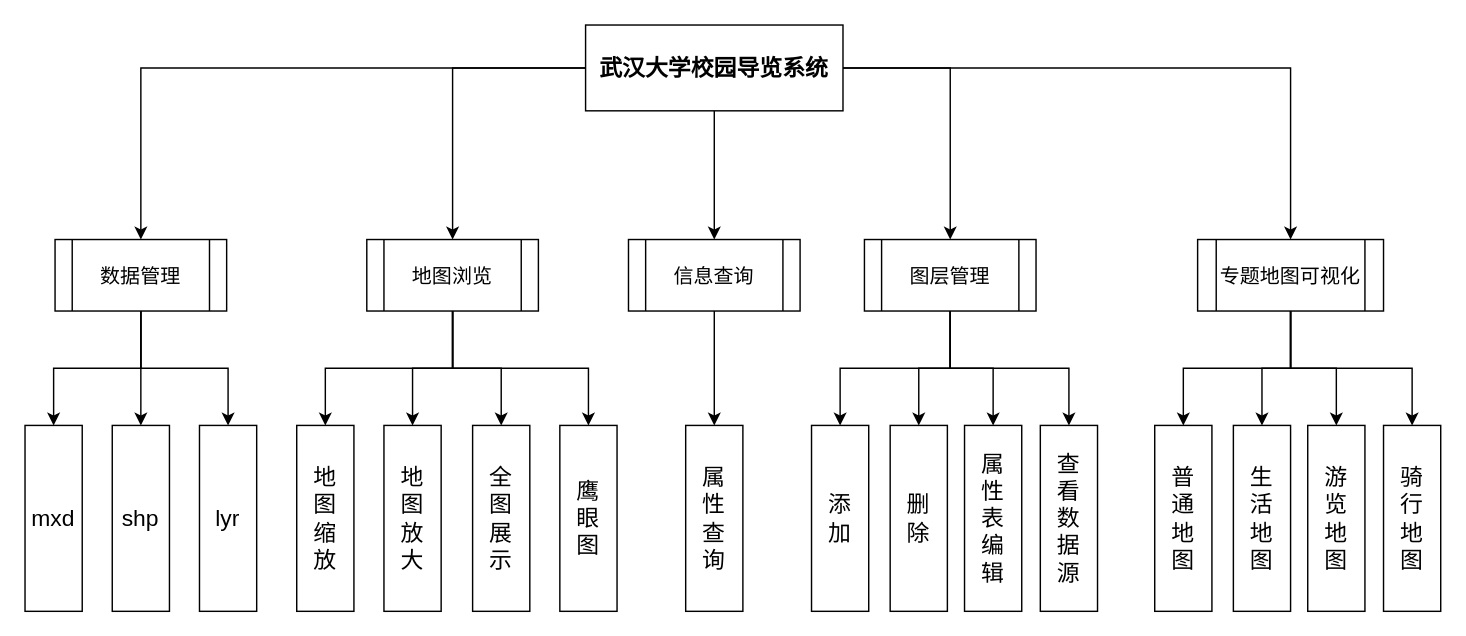
This is Awesome GIS.drawio from Civitasv/process, a draw.io file, before an edit. Source tidied: cells renumbered, new cells numbered last; positions are measured from the earlier drawing's top-left corner, leaving out a move shared by most shapes. Both pictures are drawn from the tidied source at 143%, with x=0, y=0 at pixel (24, 24).
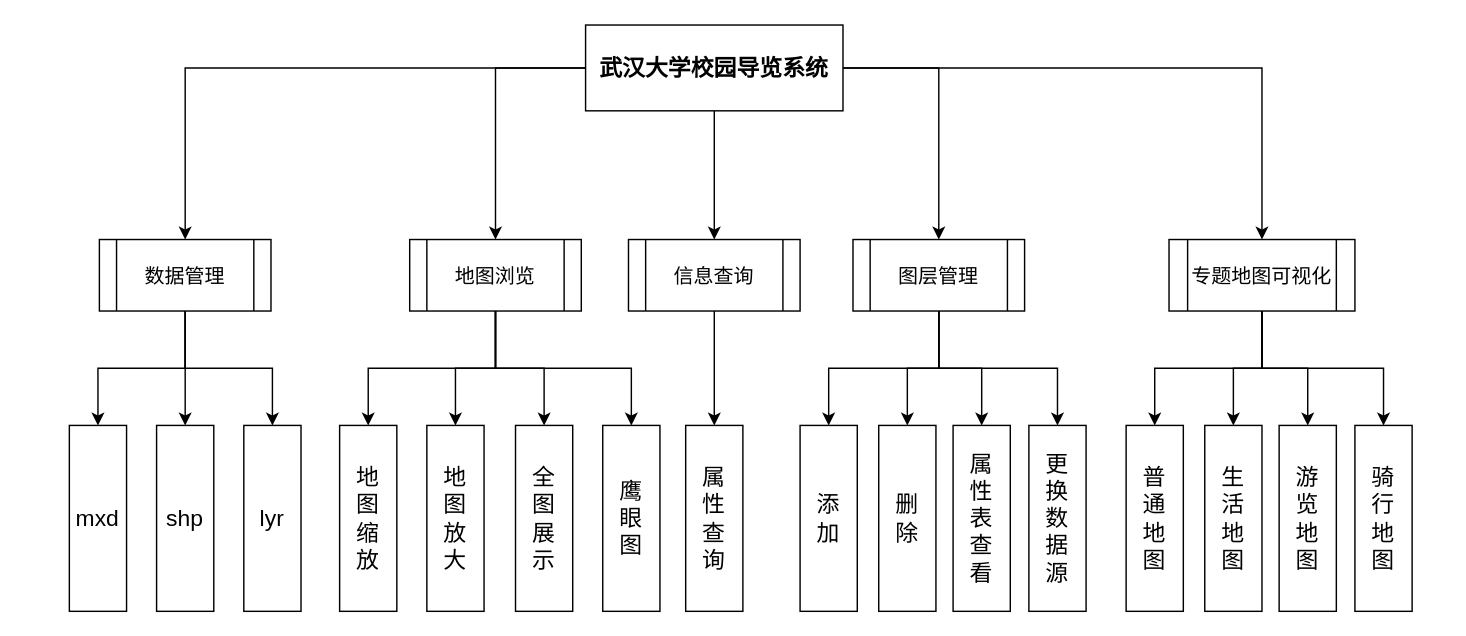
The same diagram, later.

What changed in the source:
```diff
@@
     <mxCell id="11" value="&lt;span style=&quot;font-weight: normal&quot;&gt;&lt;font style=&quot;font-size: 14px&quot;&gt;数据管理&lt;/font&gt;&lt;/span&gt;" style="shape=process;whiteSpace=wrap;html=1;backgroundOutline=1;rounded=0;fontSize=16;fontStyle=1;flipH=1;" parent="1" vertex="1">
-      <mxGeometry x="21" y="150" width="120" height="50" as="geometry" />
+      <mxGeometry x="52" y="150" width="120" height="50" as="geometry" />
     </mxCell>
@@
     <mxCell id="16" value="&lt;span style=&quot;font-weight: normal&quot;&gt;&lt;font style=&quot;font-size: 14px&quot;&gt;地图浏览&lt;/font&gt;&lt;/span&gt;" style="shape=process;whiteSpace=wrap;html=1;backgroundOutline=1;rounded=0;fontSize=16;fontStyle=1;flipH=1;" parent="1" vertex="1">
-      <mxGeometry x="239" y="150" width="120" height="50" as="geometry" />
+      <mxGeometry x="269" y="150" width="120" height="50" as="geometry" />
     </mxCell>
@@
     <mxCell id="23" value="&lt;span style=&quot;font-weight: normal&quot;&gt;&lt;font style=&quot;font-size: 14px&quot;&gt;图层管理&lt;/font&gt;&lt;/span&gt;" style="shape=process;whiteSpace=wrap;html=1;backgroundOutline=1;rounded=0;fontSize=16;fontStyle=1;flipH=1;" parent="1" vertex="1">
-      <mxGeometry x="587" y="150" width="120" height="50" as="geometry" />
+      <mxGeometry x="579" y="150" width="120" height="50" as="geometry" />
     </mxCell>
@@
     <mxCell id="28" value="&lt;span style=&quot;font-weight: normal&quot;&gt;&lt;font style=&quot;font-size: 14px&quot;&gt;专题地图可视化&lt;/font&gt;&lt;/span&gt;" style="shape=process;whiteSpace=wrap;html=1;backgroundOutline=1;rounded=0;fontSize=16;fontStyle=1;flipH=1;" parent="1" vertex="1">
-      <mxGeometry x="820" y="150" width="130" height="50" as="geometry" />
+      <mxGeometry x="800" y="150" width="130" height="50" as="geometry" />
     </mxCell>
     <mxCell id="29" value="mxd" style="rounded=0;whiteSpace=wrap;html=1;fontSize=16;" parent="1" vertex="1">
-      <mxGeometry y="280" width="40" height="130" as="geometry" />
+      <mxGeometry x="31" y="280" width="40" height="130" as="geometry" />
     </mxCell>
     <mxCell id="30" value="shp" style="rounded=0;whiteSpace=wrap;html=1;fontSize=16;" parent="1" vertex="1">
-      <mxGeometry x="61" y="280" width="40" height="130" as="geometry" />
+      <mxGeometry x="92" y="280" width="40" height="130" as="geometry" />
     </mxCell>
     <mxCell id="31" value="lyr" style="rounded=0;whiteSpace=wrap;html=1;fontSize=16;" parent="1" vertex="1">
-      <mxGeometry x="122" y="280" width="40" height="130" as="geometry" />
+      <mxGeometry x="153" y="280" width="40" height="130" as="geometry" />
     </mxCell>
     <mxCell id="32" value="地&lt;br&gt;图&lt;br&gt;缩&lt;br&gt;放" style="rounded=0;whiteSpace=wrap;html=1;fontSize=16;" parent="1" vertex="1">
-      <mxGeometry x="190" y="280" width="40" height="130" as="geometry" />
+      <mxGeometry x="220" y="280" width="40" height="130" as="geometry" />
     </mxCell>
     <mxCell id="33" value="地&lt;br&gt;图&lt;br&gt;放&lt;br&gt;大" style="rounded=0;whiteSpace=wrap;html=1;fontSize=16;" parent="1" vertex="1">
-      <mxGeometry x="251" y="280" width="40" height="130" as="geometry" />
+      <mxGeometry x="281" y="280" width="40" height="130" as="geometry" />
     </mxCell>
     <mxCell id="34" value="全&lt;br&gt;图&lt;br&gt;展&lt;br&gt;示" style="rounded=0;whiteSpace=wrap;html=1;fontSize=16;" parent="1" vertex="1">
-      <mxGeometry x="313" y="280" width="40" height="130" as="geometry" />
+      <mxGeometry x="343" y="280" width="40" height="130" as="geometry" />
     </mxCell>
     <mxCell id="35" value="鹰&lt;br&gt;眼&lt;br&gt;图" style="rounded=0;whiteSpace=wrap;html=1;fontSize=16;" parent="1" vertex="1">
-      <mxGeometry x="374" y="280" width="40" height="130" as="geometry" />
+      <mxGeometry x="404" y="280" width="40" height="130" as="geometry" />
     </mxCell>
@@
     <mxCell id="37" value="添&lt;br&gt;加" style="rounded=0;whiteSpace=wrap;html=1;fontSize=16;" parent="1" vertex="1">
-      <mxGeometry x="550" y="280" width="40" height="130" as="geometry" />
+      <mxGeometry x="542" y="280" width="40" height="130" as="geometry" />
     </mxCell>
     <mxCell id="38" value="删&lt;br&gt;除" style="rounded=0;whiteSpace=wrap;html=1;fontSize=16;" parent="1" vertex="1">
-      <mxGeometry x="605" y="280" width="40" height="130" as="geometry" />
+      <mxGeometry x="597" y="280" width="40" height="130" as="geometry" />
     </mxCell>
-    <mxCell id="39" value="属&lt;br&gt;性&lt;br&gt;表&lt;br&gt;编&lt;br&gt;辑" style="rounded=0;whiteSpace=wrap;html=1;fontSize=16;" parent="1" vertex="1">
-      <mxGeometry x="657" y="280" width="40" height="130" as="geometry" />
+    <mxCell id="39" value="属&lt;br&gt;性&lt;br&gt;表&lt;br&gt;查&lt;br&gt;看" style="rounded=0;whiteSpace=wrap;html=1;fontSize=16;" parent="1" vertex="1">
+      <mxGeometry x="649" y="280" width="40" height="130" as="geometry" />
     </mxCell>
-    <mxCell id="40" value="查&lt;br&gt;看&lt;br&gt;数&lt;br&gt;据&lt;br&gt;源" style="rounded=0;whiteSpace=wrap;html=1;fontSize=16;" parent="1" vertex="1">
-      <mxGeometry x="710" y="280" width="40" height="130" as="geometry" />
+    <mxCell id="40" value="更&lt;br&gt;换&lt;br&gt;数&lt;br&gt;据&lt;br&gt;源" style="rounded=0;whiteSpace=wrap;html=1;fontSize=16;" parent="1" vertex="1">
+      <mxGeometry x="702" y="280" width="40" height="130" as="geometry" />
     </mxCell>
     <mxCell id="41" value="普&lt;br&gt;通&lt;br&gt;地&lt;br&gt;图" style="rounded=0;whiteSpace=wrap;html=1;fontSize=16;" parent="1" vertex="1">
-      <mxGeometry x="790" y="280" width="40" height="130" as="geometry" />
+      <mxGeometry x="770" y="280" width="40" height="130" as="geometry" />
     </mxCell>
     <mxCell id="42" value="生&lt;br&gt;活&lt;br&gt;地&lt;br&gt;图" style="rounded=0;whiteSpace=wrap;html=1;fontSize=16;" parent="1" vertex="1">
-      <mxGeometry x="845" y="280" width="40" height="130" as="geometry" />
+      <mxGeometry x="825" y="280" width="40" height="130" as="geometry" />
     </mxCell>
     <mxCell id="43" value="游&lt;br&gt;览&lt;br&gt;地&lt;br&gt;图" style="rounded=0;whiteSpace=wrap;html=1;fontSize=16;" parent="1" vertex="1">
-      <mxGeometry x="897" y="280" width="40" height="130" as="geometry" />
+      <mxGeometry x="877" y="280" width="40" height="130" as="geometry" />
     </mxCell>
     <mxCell id="44" value="骑&lt;br&gt;行&lt;br&gt;地&lt;br&gt;图" style="rounded=0;whiteSpace=wrap;html=1;fontSize=16;" parent="1" vertex="1">
-      <mxGeometry x="950" y="280" width="40" height="130" as="geometry" />
+      <mxGeometry x="930" y="280" width="40" height="130" as="geometry" />
     </mxCell>
```
